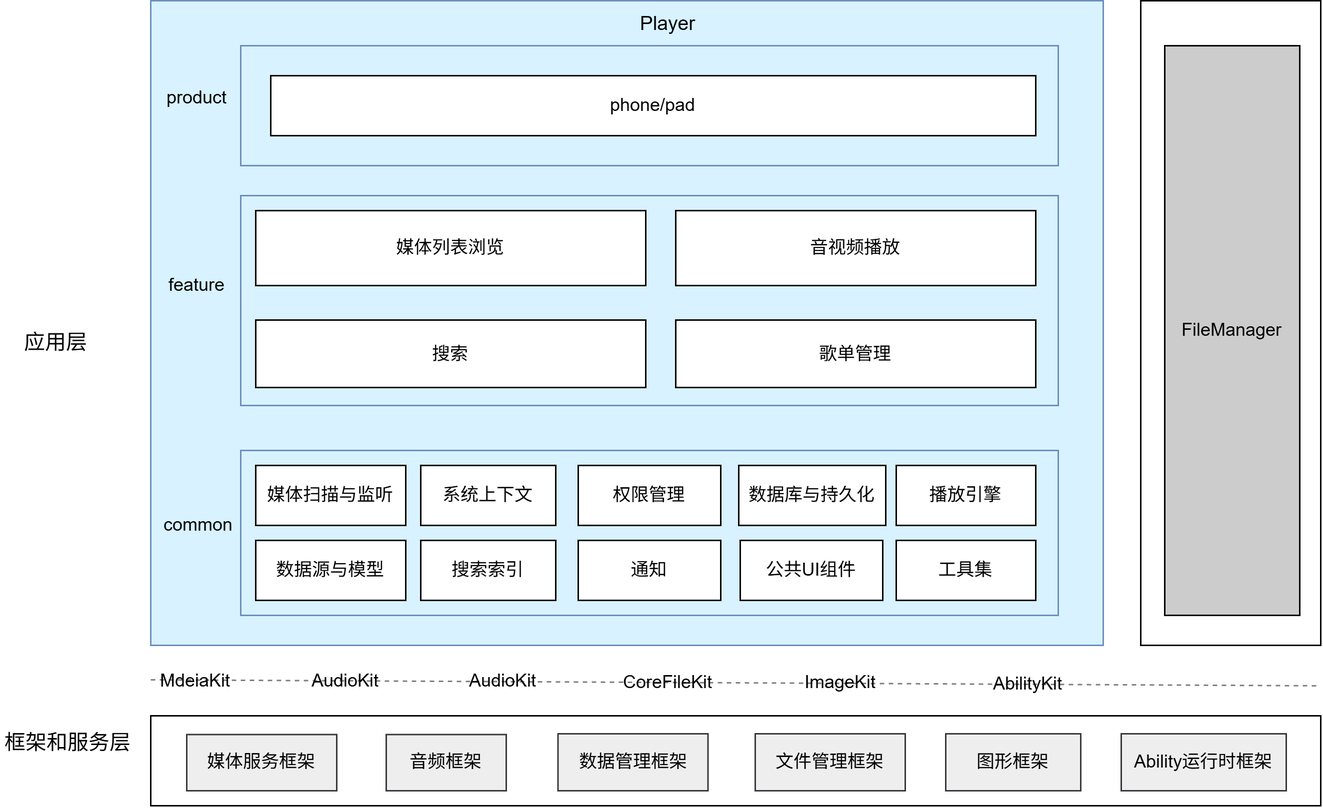
eclipse-oniro-mirrors/applications_players keeps this draw.io diagram as figures/Player.png. Above is the earlier version. Source tidied: cells renumbered, new cells last; positions are measured from the earlier drawing's top-left corner, leaving out a move shared by most shapes. Source of this version:
```xml
<mxGraphModel>
  <root>
    <mxCell id="0" />
    <mxCell id="1" parent="0" />
    <mxCell id="2" style="rounded=0;whiteSpace=wrap;html=1;fillColor=#D8F2FF;strokeColor=#6c8ebf;" parent="1" vertex="1">
      <mxGeometry x="100" width="635" height="430" as="geometry" />
    </mxCell>
    <mxCell id="3" style="rounded=0;whiteSpace=wrap;html=1;fillColor=#D8F2FF;strokeColor=#6c8ebf;" parent="1" vertex="1">
      <mxGeometry x="160" y="30" width="545" height="80" as="geometry" />
    </mxCell>
    <mxCell id="4" style="rounded=0;whiteSpace=wrap;html=1;fillColor=#D8F2FF;strokeColor=#6c8ebf;" parent="1" vertex="1">
      <mxGeometry x="160" y="130" width="545" height="140" as="geometry" />
    </mxCell>
    <mxCell id="5" value="媒体列表浏览" style="rounded=0;whiteSpace=wrap;html=1;" parent="1" vertex="1">
      <mxGeometry x="170" y="140" width="260" height="50" as="geometry" />
    </mxCell>
    <mxCell id="6" value="音视频播放" style="rounded=0;whiteSpace=wrap;html=1;" parent="1" vertex="1">
      <mxGeometry x="450" y="140" width="240" height="50" as="geometry" />
    </mxCell>
    <mxCell id="7" value="搜索" style="rounded=0;whiteSpace=wrap;html=1;" parent="1" vertex="1">
      <mxGeometry x="170" y="213" width="260" height="45" as="geometry" />
    </mxCell>
    <mxCell id="8" value="歌单管理" style="rounded=0;whiteSpace=wrap;html=1;" parent="1" vertex="1">
      <mxGeometry x="450" y="213" width="240" height="45" as="geometry" />
    </mxCell>
    <mxCell id="9" style="rounded=0;whiteSpace=wrap;html=1;fillColor=#D8F2FF;strokeColor=#6c8ebf;" parent="1" vertex="1">
      <mxGeometry x="160" y="300" width="545" height="110" as="geometry" />
    </mxCell>
    <mxCell id="10" value="系统上下文" style="rounded=0;whiteSpace=wrap;html=1;" parent="1" vertex="1">
      <mxGeometry x="280" y="310" width="90" height="40" as="geometry" />
    </mxCell>
    <mxCell id="11" value="权限管理" style="rounded=0;whiteSpace=wrap;html=1;" parent="1" vertex="1">
      <mxGeometry x="385" y="310" width="95" height="40" as="geometry" />
    </mxCell>
    <mxCell id="12" value="数据库与持久化" style="rounded=0;whiteSpace=wrap;html=1;" parent="1" vertex="1">
      <mxGeometry x="492" y="310" width="98" height="40" as="geometry" />
    </mxCell>
    <mxCell id="13" value="媒体扫描与监听" style="rounded=0;whiteSpace=wrap;html=1;" parent="1" vertex="1">
      <mxGeometry x="170" y="310" width="100" height="40" as="geometry" />
    </mxCell>
    <mxCell id="14" value="播放引擎" style="rounded=0;whiteSpace=wrap;html=1;" parent="1" vertex="1">
      <mxGeometry x="597" y="310" width="93" height="40" as="geometry" />
    </mxCell>
    <mxCell id="15" value="数据源与模型" style="rounded=0;whiteSpace=wrap;html=1;" parent="1" vertex="1">
      <mxGeometry x="170" y="360" width="100" height="40" as="geometry" />
    </mxCell>
    <mxCell id="16" style="rounded=0;whiteSpace=wrap;html=1;" parent="1" vertex="1">
      <mxGeometry x="760" width="120" height="430" as="geometry" />
    </mxCell>
    <mxCell id="17" value="FileManager" style="rounded=0;whiteSpace=wrap;html=1;fillColor=#CCCCCC;" parent="1" vertex="1">
      <mxGeometry x="776" y="30" width="90" height="380" as="geometry" />
    </mxCell>
    <mxCell id="18" value="Player" style="text;html=1;whiteSpace=wrap;strokeColor=none;fillColor=none;align=center;verticalAlign=middle;rounded=0;fontSize=13;" parent="1" vertex="1">
      <mxGeometry x="415" width="60" height="30" as="geometry" />
    </mxCell>
    <mxCell id="19" value="phone/pad" style="rounded=0;whiteSpace=wrap;html=1;" parent="1" vertex="1">
      <mxGeometry x="180" y="50" width="510" height="40" as="geometry" />
    </mxCell>
    <mxCell id="20" value="搜索索引" style="rounded=0;whiteSpace=wrap;html=1;" parent="1" vertex="1">
      <mxGeometry x="280" y="360" width="90" height="40" as="geometry" />
    </mxCell>
    <mxCell id="21" value="通知" style="rounded=0;whiteSpace=wrap;html=1;" parent="1" vertex="1">
      <mxGeometry x="385" y="360" width="95" height="40" as="geometry" />
    </mxCell>
    <mxCell id="22" value="公共UI组件" style="rounded=0;whiteSpace=wrap;html=1;" parent="1" vertex="1">
      <mxGeometry x="493" y="360" width="95" height="40" as="geometry" />
    </mxCell>
    <mxCell id="23" value="工具集" style="rounded=0;whiteSpace=wrap;html=1;" parent="1" vertex="1">
      <mxGeometry x="597" y="360" width="93" height="40" as="geometry" />
    </mxCell>
    <mxCell id="24" style="endArrow=none;dashed=1;html=1;rounded=0;opacity=50;" parent="1" edge="1">
      <mxGeometry relative="1" as="geometry">
        <mxPoint x="100" y="453" as="sourcePoint" />
        <mxPoint x="880" y="457" as="targetPoint" />
      </mxGeometry>
    </mxCell>
    <mxCell id="25" value="MdeiaKit" style="text;html=1;whiteSpace=wrap;strokeColor=none;fillColor=none;align=center;verticalAlign=middle;rounded=0;" parent="1" vertex="1">
      <mxGeometry x="100" y="439" width="60" height="30" as="geometry" />
    </mxCell>
    <mxCell id="26" value="AudioKit" style="text;html=1;whiteSpace=wrap;strokeColor=none;fillColor=none;align=center;verticalAlign=middle;rounded=0;" parent="1" vertex="1">
      <mxGeometry x="200" y="439" width="60" height="30" as="geometry" />
    </mxCell>
    <mxCell id="27" value="AudioKit" style="text;html=1;whiteSpace=wrap;strokeColor=none;fillColor=none;align=center;verticalAlign=middle;rounded=0;" parent="1" vertex="1">
      <mxGeometry x="305" y="439" width="60" height="30" as="geometry" />
    </mxCell>
    <mxCell id="28" value="CoreFileKit" style="text;html=1;whiteSpace=wrap;strokeColor=none;fillColor=none;align=center;verticalAlign=middle;rounded=0;" parent="1" vertex="1">
      <mxGeometry x="415" y="440" width="60" height="30" as="geometry" />
    </mxCell>
    <mxCell id="29" value="ImageKit" style="text;html=1;whiteSpace=wrap;strokeColor=none;fillColor=none;align=center;verticalAlign=middle;rounded=0;" parent="1" vertex="1">
      <mxGeometry x="530" y="440" width="60" height="30" as="geometry" />
    </mxCell>
    <mxCell id="30" value="AbilityKit" style="text;html=1;whiteSpace=wrap;strokeColor=none;fillColor=none;align=center;verticalAlign=middle;rounded=0;" parent="1" vertex="1">
      <mxGeometry x="655" y="441" width="60" height="30" as="geometry" />
    </mxCell>
    <mxCell id="31" style="rounded=0;whiteSpace=wrap;html=1;" parent="1" vertex="1">
      <mxGeometry x="100" y="477" width="780" height="60" as="geometry" />
    </mxCell>
    <mxCell id="32" value="媒体服务框架" style="rounded=0;whiteSpace=wrap;html=1;fillColor=#eeeeee;strokeColor=#36393d;" parent="1" vertex="1">
      <mxGeometry x="124" y="489.5" width="100" height="37.5" as="geometry" />
    </mxCell>
    <mxCell id="33" value="音频框架" style="rounded=0;whiteSpace=wrap;html=1;fillColor=#eeeeee;strokeColor=#36393d;" parent="1" vertex="1">
      <mxGeometry x="257" y="489.5" width="80" height="37.5" as="geometry" />
    </mxCell>
    <mxCell id="34" value="数据管理框架" style="rounded=0;whiteSpace=wrap;html=1;fillColor=#eeeeee;strokeColor=#36393d;" parent="1" vertex="1">
      <mxGeometry x="371.5" y="489" width="100" height="38" as="geometry" />
    </mxCell>
    <mxCell id="35" value="文件管理框架" style="rounded=0;whiteSpace=wrap;html=1;fillColor=#eeeeee;strokeColor=#36393d;" parent="1" vertex="1">
      <mxGeometry x="503" y="489" width="100" height="38" as="geometry" />
    </mxCell>
    <mxCell id="36" value="图形框架" style="rounded=0;whiteSpace=wrap;html=1;fillColor=#eeeeee;strokeColor=#36393d;" parent="1" vertex="1">
      <mxGeometry x="630" y="489" width="90" height="38" as="geometry" />
    </mxCell>
    <mxCell id="37" value="Ability运行时框架" style="rounded=0;whiteSpace=wrap;html=1;fillColor=#eeeeee;strokeColor=#36393d;" parent="1" vertex="1">
      <mxGeometry x="747" y="489" width="110" height="38" as="geometry" />
    </mxCell>
    <mxCell id="38" value="应用层" style="text;html=1;whiteSpace=wrap;strokeColor=none;fillColor=none;align=center;verticalAlign=middle;rounded=0;fontSize=14;" parent="1" vertex="1">
      <mxGeometry x="7" y="213" width="60" height="30" as="geometry" />
    </mxCell>
    <mxCell id="39" value="框架和服务层" style="text;html=1;whiteSpace=wrap;strokeColor=none;fillColor=none;align=center;verticalAlign=middle;rounded=0;fontSize=14;" parent="1" vertex="1">
      <mxGeometry y="477" width="90" height="35" as="geometry" />
    </mxCell>
    <mxCell id="40" value="product" style="text;html=1;whiteSpace=wrap;strokeColor=none;fillColor=none;align=center;verticalAlign=middle;rounded=0;" parent="1" vertex="1">
      <mxGeometry x="101" y="50" width="60" height="30" as="geometry" />
    </mxCell>
    <mxCell id="41" value="feature" style="text;html=1;whiteSpace=wrap;strokeColor=none;fillColor=none;align=center;verticalAlign=middle;rounded=0;" parent="1" vertex="1">
      <mxGeometry x="101" y="175" width="60" height="30" as="geometry" />
    </mxCell>
    <mxCell id="42" value="common" style="text;html=1;whiteSpace=wrap;strokeColor=none;fillColor=none;align=center;verticalAlign=middle;rounded=0;" parent="1" vertex="1">
      <mxGeometry x="102" y="335" width="60" height="30" as="geometry" />
    </mxCell>
  </root>
</mxGraphModel>
```
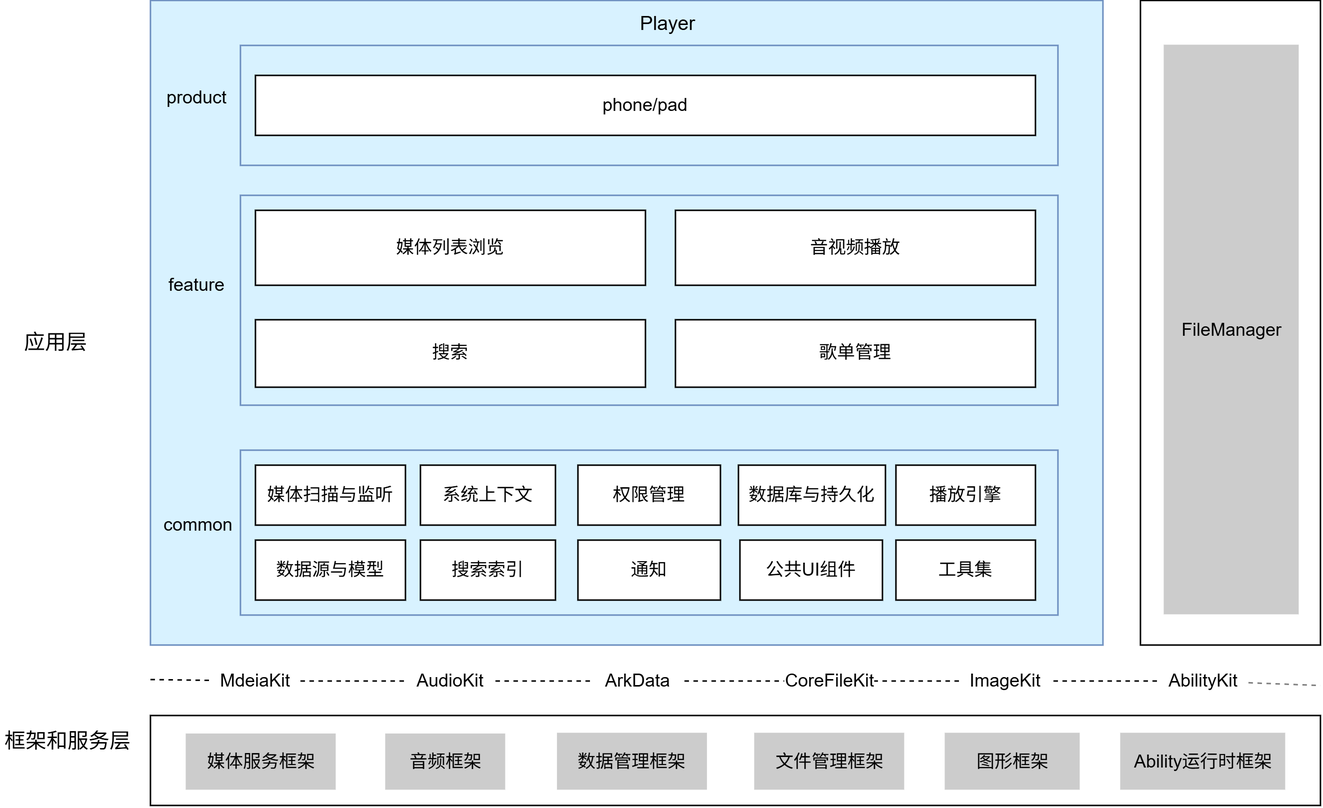
After the commit.

The edit, as a diff of the source:
```diff
@@ -47,14 +47,14 @@
     <mxCell id="16" style="rounded=0;whiteSpace=wrap;html=1;" parent="1" vertex="1">
       <mxGeometry x="760" width="120" height="430" as="geometry" />
     </mxCell>
-    <mxCell id="17" value="FileManager" style="rounded=0;whiteSpace=wrap;html=1;fillColor=#CCCCCC;" parent="1" vertex="1">
+    <mxCell id="17" value="FileManager" style="rounded=0;whiteSpace=wrap;html=1;fillColor=#CCCCCC;strokeColor=none;" parent="1" vertex="1">
       <mxGeometry x="776" y="30" width="90" height="380" as="geometry" />
     </mxCell>
     <mxCell id="18" value="Player" style="text;html=1;whiteSpace=wrap;strokeColor=none;fillColor=none;align=center;verticalAlign=middle;rounded=0;fontSize=13;" parent="1" vertex="1">
       <mxGeometry x="415" width="60" height="30" as="geometry" />
     </mxCell>
     <mxCell id="19" value="phone/pad" style="rounded=0;whiteSpace=wrap;html=1;" parent="1" vertex="1">
-      <mxGeometry x="180" y="50" width="510" height="40" as="geometry" />
+      <mxGeometry x="170" y="50" width="520" height="40" as="geometry" />
     </mxCell>
     <mxCell id="20" value="搜索索引" style="rounded=0;whiteSpace=wrap;html=1;" parent="1" vertex="1">
       <mxGeometry x="280" y="360" width="90" height="40" as="geometry" />
@@ -68,49 +68,30 @@
     <mxCell id="23" value="工具集" style="rounded=0;whiteSpace=wrap;html=1;" parent="1" vertex="1">
       <mxGeometry x="597" y="360" width="93" height="40" as="geometry" />
     </mxCell>
-    <mxCell id="24" style="endArrow=none;dashed=1;html=1;rounded=0;opacity=50;" parent="1" edge="1">
+    <mxCell id="24" style="endArrow=none;dashed=1;html=1;rounded=0;opacity=50;" parent="1" edge="1" source="30">
       <mxGeometry relative="1" as="geometry">
-        <mxPoint x="100" y="453" as="sourcePoint" />
         <mxPoint x="880" y="457" as="targetPoint" />
       </mxGeometry>
     </mxCell>
-    <mxCell id="25" value="MdeiaKit" style="text;html=1;whiteSpace=wrap;strokeColor=none;fillColor=none;align=center;verticalAlign=middle;rounded=0;" parent="1" vertex="1">
-      <mxGeometry x="100" y="439" width="60" height="30" as="geometry" />
-    </mxCell>
-    <mxCell id="26" value="AudioKit" style="text;html=1;whiteSpace=wrap;strokeColor=none;fillColor=none;align=center;verticalAlign=middle;rounded=0;" parent="1" vertex="1">
-      <mxGeometry x="200" y="439" width="60" height="30" as="geometry" />
-    </mxCell>
-    <mxCell id="27" value="AudioKit" style="text;html=1;whiteSpace=wrap;strokeColor=none;fillColor=none;align=center;verticalAlign=middle;rounded=0;" parent="1" vertex="1">
-      <mxGeometry x="305" y="439" width="60" height="30" as="geometry" />
-    </mxCell>
-    <mxCell id="28" value="CoreFileKit" style="text;html=1;whiteSpace=wrap;strokeColor=none;fillColor=none;align=center;verticalAlign=middle;rounded=0;" parent="1" vertex="1">
-      <mxGeometry x="415" y="440" width="60" height="30" as="geometry" />
-    </mxCell>
-    <mxCell id="29" value="ImageKit" style="text;html=1;whiteSpace=wrap;strokeColor=none;fillColor=none;align=center;verticalAlign=middle;rounded=0;" parent="1" vertex="1">
-      <mxGeometry x="530" y="440" width="60" height="30" as="geometry" />
-    </mxCell>
-    <mxCell id="30" value="AbilityKit" style="text;html=1;whiteSpace=wrap;strokeColor=none;fillColor=none;align=center;verticalAlign=middle;rounded=0;" parent="1" vertex="1">
-      <mxGeometry x="655" y="441" width="60" height="30" as="geometry" />
-    </mxCell>
     <mxCell id="31" style="rounded=0;whiteSpace=wrap;html=1;" parent="1" vertex="1">
       <mxGeometry x="100" y="477" width="780" height="60" as="geometry" />
     </mxCell>
-    <mxCell id="32" value="媒体服务框架" style="rounded=0;whiteSpace=wrap;html=1;fillColor=#eeeeee;strokeColor=#36393d;" parent="1" vertex="1">
+    <mxCell id="32" value="媒体服务框架" style="rounded=0;whiteSpace=wrap;html=1;fillColor=#CCCCCC;strokeColor=none;gradientColor=none;" parent="1" vertex="1">
       <mxGeometry x="124" y="489.5" width="100" height="37.5" as="geometry" />
     </mxCell>
-    <mxCell id="33" value="音频框架" style="rounded=0;whiteSpace=wrap;html=1;fillColor=#eeeeee;strokeColor=#36393d;" parent="1" vertex="1">
+    <mxCell id="33" value="音频框架" style="rounded=0;whiteSpace=wrap;html=1;fillColor=#CCCCCC;strokeColor=none;" parent="1" vertex="1">
       <mxGeometry x="257" y="489.5" width="80" height="37.5" as="geometry" />
     </mxCell>
-    <mxCell id="34" value="数据管理框架" style="rounded=0;whiteSpace=wrap;html=1;fillColor=#eeeeee;strokeColor=#36393d;" parent="1" vertex="1">
+    <mxCell id="34" value="数据管理框架" style="rounded=0;whiteSpace=wrap;html=1;fillColor=#CCCCCC;strokeColor=none;" parent="1" vertex="1">
       <mxGeometry x="371.5" y="489" width="100" height="38" as="geometry" />
     </mxCell>
-    <mxCell id="35" value="文件管理框架" style="rounded=0;whiteSpace=wrap;html=1;fillColor=#eeeeee;strokeColor=#36393d;" parent="1" vertex="1">
+    <mxCell id="35" value="文件管理框架" style="rounded=0;whiteSpace=wrap;html=1;fillColor=#CCCCCC;strokeColor=none;" parent="1" vertex="1">
       <mxGeometry x="503" y="489" width="100" height="38" as="geometry" />
     </mxCell>
-    <mxCell id="36" value="图形框架" style="rounded=0;whiteSpace=wrap;html=1;fillColor=#eeeeee;strokeColor=#36393d;" parent="1" vertex="1">
+    <mxCell id="36" value="图形框架" style="rounded=0;whiteSpace=wrap;html=1;fillColor=#CCCCCC;strokeColor=none;" parent="1" vertex="1">
       <mxGeometry x="630" y="489" width="90" height="38" as="geometry" />
     </mxCell>
-    <mxCell id="37" value="Ability运行时框架" style="rounded=0;whiteSpace=wrap;html=1;fillColor=#eeeeee;strokeColor=#36393d;" parent="1" vertex="1">
+    <mxCell id="37" value="Ability运行时框架" style="rounded=0;whiteSpace=wrap;html=1;fillColor=#CCCCCC;strokeColor=none;" parent="1" vertex="1">
       <mxGeometry x="747" y="489" width="110" height="38" as="geometry" />
     </mxCell>
     <mxCell id="38" value="应用层" style="text;html=1;whiteSpace=wrap;strokeColor=none;fillColor=none;align=center;verticalAlign=middle;rounded=0;fontSize=14;" parent="1" vertex="1">
@@ -128,5 +109,34 @@
     <mxCell id="42" value="common" style="text;html=1;whiteSpace=wrap;strokeColor=none;fillColor=none;align=center;verticalAlign=middle;rounded=0;" parent="1" vertex="1">
       <mxGeometry x="102" y="335" width="60" height="30" as="geometry" />
     </mxCell>
+    <mxCell id="43" style="endArrow=none;dashed=1;html=1;rounded=0;" parent="1" edge="1" target="25">
+      <mxGeometry relative="1" as="geometry">
+        <mxPoint x="100" y="453" as="sourcePoint" />
+      </mxGeometry>
+    </mxCell>
+    <mxCell id="25" value="MdeiaKit" style="text;html=1;whiteSpace=wrap;strokeColor=none;fillColor=#FFFFFF;align=center;verticalAlign=middle;rounded=0;" parent="1" vertex="1">
+      <mxGeometry x="140" y="439" width="60" height="30" as="geometry" />
+    </mxCell>
+    <mxCell id="44" style="endArrow=none;dashed=1;html=1;rounded=0;" parent="1" edge="1" source="25" target="26">
+      <mxGeometry relative="1" as="geometry" />
+    </mxCell>
+    <mxCell id="26" value="AudioKit" style="text;html=1;whiteSpace=wrap;strokeColor=none;fillColor=#FFFFFF;align=center;verticalAlign=middle;rounded=0;" parent="1" vertex="1">
+      <mxGeometry x="270" y="439" width="60" height="30" as="geometry" />
+    </mxCell>
+    <mxCell id="45" style="endArrow=none;dashed=1;html=1;rounded=0;" parent="1" edge="1" source="26" target="30">
+      <mxGeometry relative="1" as="geometry" />
+    </mxCell>
+    <mxCell id="30" value="AbilityKit" style="text;html=1;whiteSpace=wrap;strokeColor=none;fillColor=#FFFFFF;align=center;verticalAlign=middle;rounded=0;" parent="1" vertex="1">
+      <mxGeometry x="772" y="439" width="60" height="30" as="geometry" />
+    </mxCell>
+    <mxCell id="29" value="ImageKit" style="text;html=1;whiteSpace=wrap;strokeColor=none;fillColor=#FFFFFF;align=center;verticalAlign=middle;rounded=0;" parent="1" vertex="1">
+      <mxGeometry x="640" y="439" width="60" height="30" as="geometry" />
+    </mxCell>
+    <mxCell id="28" value="CoreFileKit" style="text;html=1;whiteSpace=wrap;strokeColor=none;fillColor=#FFFFFF;align=center;verticalAlign=middle;rounded=0;" parent="1" vertex="1">
+      <mxGeometry x="523" y="439" width="60" height="30" as="geometry" />
+    </mxCell>
+    <mxCell id="27" value="ArkData" style="text;html=1;whiteSpace=wrap;strokeColor=none;fillColor=#FFFFFF;align=center;verticalAlign=middle;rounded=0;" parent="1" vertex="1">
+      <mxGeometry x="395" y="439" width="60" height="30" as="geometry" />
+    </mxCell>
   </root>
 </mxGraphModel>
```
